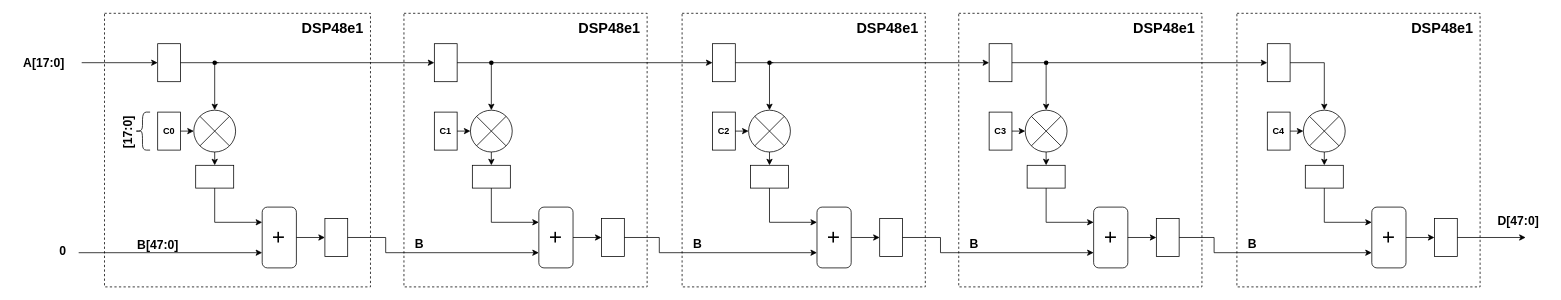
Above: page "Systolic FIR" (1 of 4) of docs/2d_fir_block_diagrams.drawio in mozerj2001/2d_fir_for_kintex7 (draw.io), before the change. Source tidied: cells renumbered, new cells numbered last; positions are measured from the earlier drawing's top-left corner, leaving out a move shared by most shapes. Both pictures are drawn from the tidied source at 76%, with x=0, y=0 at pixel (13, 13).
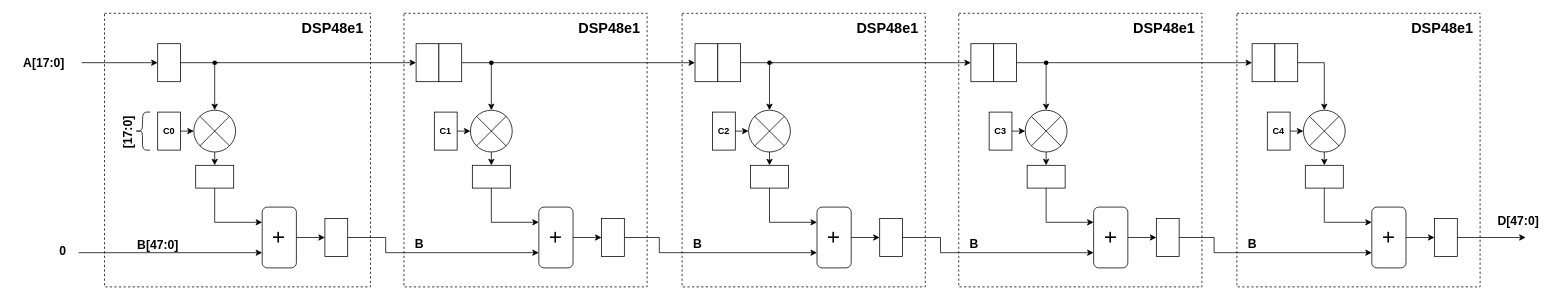
The same page after the edit.

Commit message (it also covers changes not shown here):
Waveforms added, systolic FIR block diagram fixed (double delay DSPs were missing).

Unchanged cells that the change refers to:
```xml
<mxCell id="68" style="shape=waypoint;sketch=0;fillStyle=solid;size=6;points=[];fillColor=none;perimeter=centerPerimeter;snapToPoint=1;" parent="1" vertex="1">
  <mxGeometry x="985" y="55" width="20" height="20" as="geometry" />
</mxCell>
<mxCell id="71" style="shape=waypoint;sketch=0;fillStyle=solid;size=6;points=[];fillColor=none;perimeter=centerPerimeter;snapToPoint=1;" parent="1" vertex="1">
  <mxGeometry x="619" y="55" width="20" height="20" as="geometry" />
</mxCell>
<mxCell id="78" style="ellipse;whiteSpace=wrap;html=1;" parent="1" vertex="1">
  <mxGeometry x="1697.5" y="127.5" width="55" height="55" as="geometry" />
</mxCell>
<mxCell id="88" style="shape=waypoint;sketch=0;fillStyle=solid;size=6;points=[];fillColor=none;perimeter=centerPerimeter;snapToPoint=1;" parent="1" vertex="1">
  <mxGeometry x="1349" y="55" width="20" height="20" as="geometry" />
</mxCell>
```

The edit, as a diff of the source:
```diff
@@
     <mxCell id="19" style="rounded=0;whiteSpace=wrap;html=1;" parent="1" vertex="1">
-      <mxGeometry x="554" y="40" width="30" height="50" as="geometry" />
+      <mxGeometry x="530" y="40" width="30" height="50" as="geometry" />
     </mxCell>
@@
-    <mxCell id="38" style="rounded=0;whiteSpace=wrap;html=1;" parent="1" vertex="1">
-      <mxGeometry x="920" y="40" width="30" height="50" as="geometry" />
-    </mxCell>
@@
-    <mxCell id="46" style="endArrow=classic;html=1;rounded=0;entryX=0;entryY=0.5;entryDx=0;entryDy=0;exitX=0.35;exitY=0.5;exitDx=0;exitDy=0;exitPerimeter=0;" parent="1" edge="1" source="71" target="38">
-      <mxGeometry relative="1" as="geometry" />
+    <mxCell id="46" style="endArrow=classic;html=1;rounded=0;exitX=0.35;exitY=0.5;exitDx=0;exitDy=0;exitPerimeter=0;" parent="1" edge="1" source="38">
+      <mxGeometry relative="1" as="geometry">
+        <mxPoint x="900" y="65" as="targetPoint" />
+      </mxGeometry>
     </mxCell>
@@
     <mxCell id="53" style="rounded=0;whiteSpace=wrap;html=1;" parent="1" vertex="1">
-      <mxGeometry x="1284" y="40" width="30" height="50" as="geometry" />
+      <mxGeometry x="1260" y="40" width="30" height="50" as="geometry" />
     </mxCell>
@@
-    <mxCell id="61" style="endArrow=classic;html=1;rounded=0;entryX=0;entryY=0.5;entryDx=0;entryDy=0;" parent="1" edge="1" source="68" target="53">
-      <mxGeometry relative="1" as="geometry" />
+    <mxCell id="61" style="endArrow=classic;html=1;rounded=0;" parent="1" edge="1" source="68">
+      <mxGeometry relative="1" as="geometry">
+        <mxPoint x="1260" y="65" as="targetPoint" />
+      </mxGeometry>
     </mxCell>
@@
-    <mxCell id="70" style="endArrow=none;html=1;rounded=0;exitX=1;exitY=0.5;exitDx=0;exitDy=0;" parent="1" edge="1" source="38">
+    <mxCell id="70" style="endArrow=none;html=1;rounded=0;exitX=1;exitY=0.5;exitDx=0;exitDy=0;" parent="1" edge="1" source="110">
       <mxGeometry relative="1" as="geometry">
         <mxPoint x="1000" y="65" as="targetPoint" />
       </mxGeometry>
     </mxCell>
@@
-    <mxCell id="72" style="endArrow=none;html=1;rounded=0;exitX=1;exitY=0.5;exitDx=0;exitDy=0;entryX=0.55;entryY=0.65;entryDx=0;entryDy=0;entryPerimeter=0;" parent="1" edge="1" source="19" target="71">
+    <mxCell id="72" style="endArrow=none;html=1;rounded=0;entryX=0.55;entryY=0.65;entryDx=0;entryDy=0;entryPerimeter=0;exitX=1;exitY=0.5;exitDx=0;exitDy=0;" parent="1" edge="1" source="108" target="71">
       <mxGeometry relative="1" as="geometry" />
     </mxCell>
@@
     <mxCell id="75" style="rounded=0;whiteSpace=wrap;html=1;" parent="1" vertex="1">
-      <mxGeometry x="1650" y="40" width="30" height="50" as="geometry" />
+      <mxGeometry x="1630" y="40" width="30" height="50" as="geometry" />
     </mxCell>
@@
-    <mxCell id="87" style="endArrow=classic;html=1;rounded=0;exitX=1;exitY=0.5;exitDx=0;exitDy=0;entryX=0.5;entryY=0;entryDx=0;entryDy=0;" parent="1" edge="1" source="75" target="78">
+    <mxCell id="87" style="endArrow=classic;html=1;rounded=0;entryX=0.5;entryY=0;entryDx=0;entryDy=0;exitX=1;exitY=0.5;exitDx=0;exitDy=0;" parent="1" edge="1" source="112" target="78">
       <mxGeometry relative="1" as="geometry">
         <Array as="points">
           <mxPoint x="1725" y="65" />
         </Array>
       </mxGeometry>
     </mxCell>
@@
-    <mxCell id="89" style="endArrow=none;html=1;rounded=0;exitX=1;exitY=0.5;exitDx=0;exitDy=0;entryX=0.55;entryY=0.5;entryDx=0;entryDy=0;entryPerimeter=0;" parent="1" edge="1" source="53" target="88">
-      <mxGeometry relative="1" as="geometry" />
+    <mxCell id="89" style="endArrow=none;html=1;rounded=0;entryX=0.55;entryY=0.5;entryDx=0;entryDy=0;entryPerimeter=0;" parent="1" edge="1" target="88">
+      <mxGeometry relative="1" as="geometry">
+        <mxPoint x="1320" y="65" as="sourcePoint" />
+      </mxGeometry>
     </mxCell>
@@
-    <mxCell id="91" style="endArrow=classic;html=1;rounded=0;exitX=0.4;exitY=0.55;exitDx=0;exitDy=0;exitPerimeter=0;entryX=0;entryY=0.5;entryDx=0;entryDy=0;" parent="1" edge="1" source="88" target="75">
-      <mxGeometry relative="1" as="geometry" />
+    <mxCell id="91" style="endArrow=classic;html=1;rounded=0;exitX=0.4;exitY=0.55;exitDx=0;exitDy=0;exitPerimeter=0;" parent="1" edge="1" source="88">
+      <mxGeometry relative="1" as="geometry">
+        <mxPoint x="1630" y="65" as="targetPoint" />
+      </mxGeometry>
     </mxCell>
@@
+    <mxCell id="108" style="rounded=0;whiteSpace=wrap;html=1;" parent="1" vertex="1">
+      <mxGeometry x="560" y="40" width="30" height="50" as="geometry" />
+    </mxCell>
+    <mxCell id="109" style="endArrow=classic;html=1;rounded=0;exitX=0.35;exitY=0.5;exitDx=0;exitDy=0;exitPerimeter=0;" parent="1" edge="1" source="71" target="38">
+      <mxGeometry relative="1" as="geometry" />
+    </mxCell>
+    <mxCell id="38" style="rounded=0;whiteSpace=wrap;html=1;" parent="1" vertex="1">
+      <mxGeometry x="897" y="40" width="30" height="50" as="geometry" />
+    </mxCell>
+    <mxCell id="110" style="rounded=0;whiteSpace=wrap;html=1;" parent="1" vertex="1">
+      <mxGeometry x="927" y="40" width="30" height="50" as="geometry" />
+    </mxCell>
+    <mxCell id="111" style="rounded=0;whiteSpace=wrap;html=1;" parent="1" vertex="1">
+      <mxGeometry x="1290" y="40" width="30" height="50" as="geometry" />
+    </mxCell>
+    <mxCell id="112" style="rounded=0;whiteSpace=wrap;html=1;" parent="1" vertex="1">
+      <mxGeometry x="1660" y="40" width="30" height="50" as="geometry" />
+    </mxCell>
```
